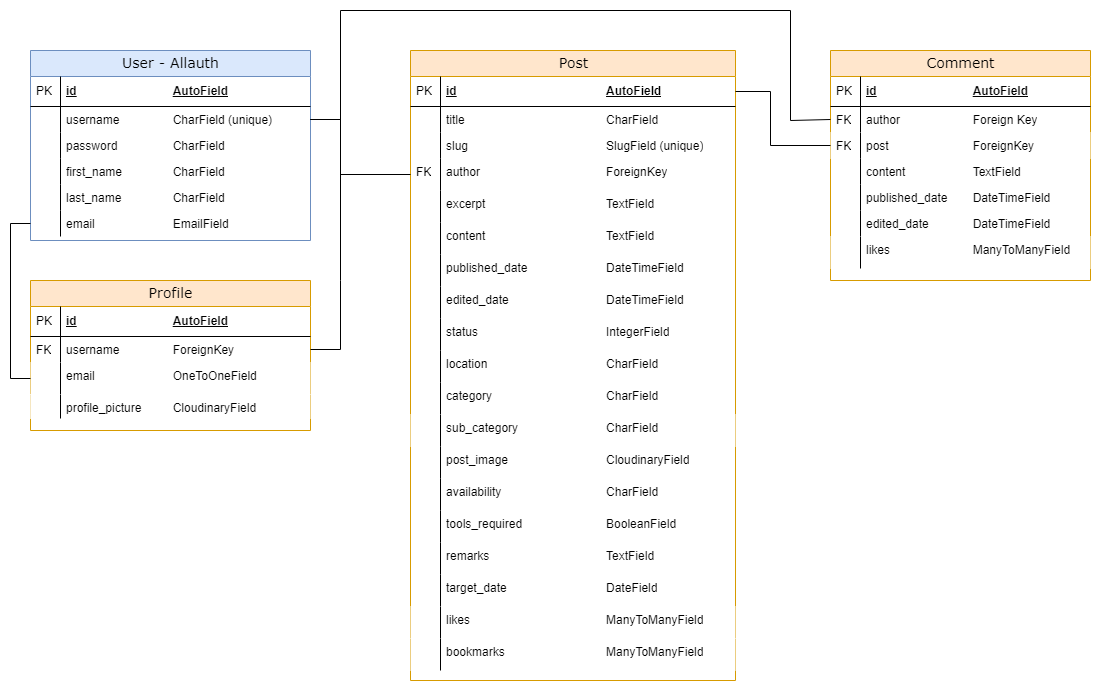
The draw.io diagram documentation/erd.png in g-omarsdottir/helping-hands-happy-hearts, before a commit. Source tidied: cells renumbered, new cells last; positions are measured from the earlier drawing's top-left corner, leaving out a move shared by most shapes.
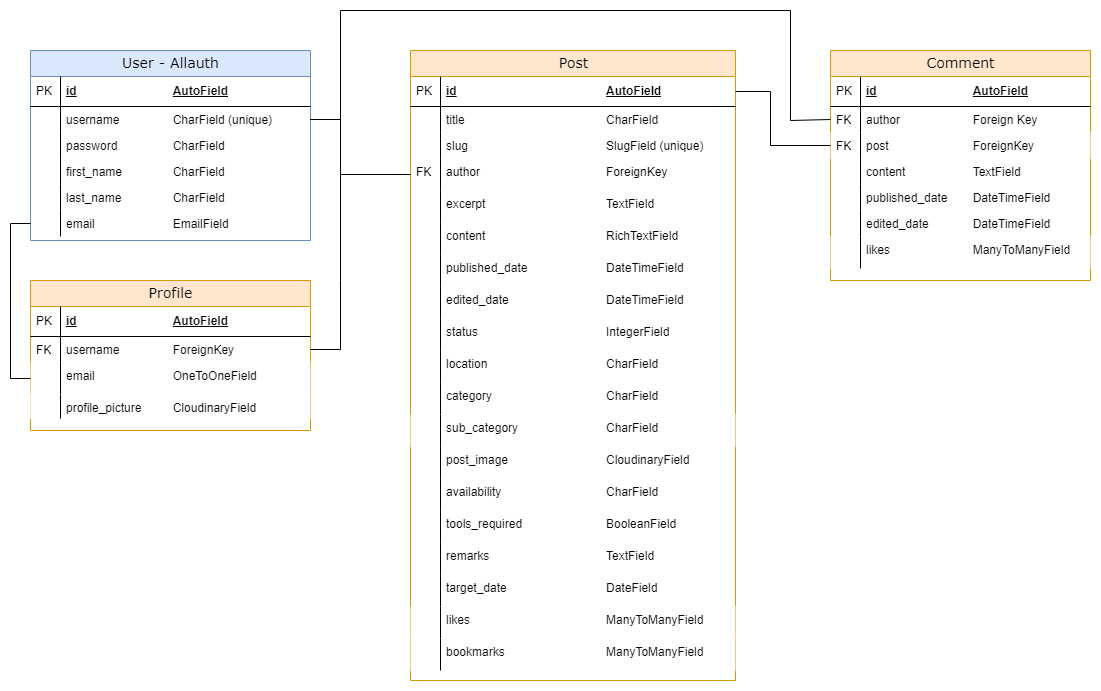
The same file after the commit.

The edit, as a diff of the source:
```diff
@@ -35,7 +35,7 @@
     <mxCell id="12" style="shape=partialRectangle;top=0;left=0;bottom=0;html=1;fillColor=none;align=left;verticalAlign=top;spacingLeft=4;spacingRight=4;whiteSpace=wrap;overflow=hidden;" parent="11" vertex="1">
       <mxGeometry width="30" height="32" as="geometry" />
     </mxCell>
-    <mxCell id="13" value="content&lt;span style=&quot;white-space: pre;&quot;&gt;&#9;&lt;/span&gt;&lt;span style=&quot;white-space: pre;&quot;&gt;&#9;&lt;/span&gt;&lt;span style=&quot;white-space: pre;&quot;&gt;&#9;&lt;/span&gt;&lt;span style=&quot;white-space: pre;&quot;&gt;&#9;&lt;/span&gt;&lt;span style=&quot;white-space: pre;&quot;&gt;&#9;&lt;/span&gt;TextField" style="shape=partialRectangle;top=0;left=0;right=0;bottom=0;html=1;align=left;verticalAlign=top;fillColor=none;spacingLeft=34;spacingRight=4;whiteSpace=wrap;overflow=hidden;" parent="2" vertex="1">
+    <mxCell id="13" value="content&lt;span style=&quot;white-space: pre;&quot;&gt;&#9;&lt;/span&gt;&lt;span style=&quot;white-space: pre;&quot;&gt;&#9;&lt;/span&gt;&lt;span style=&quot;white-space: pre;&quot;&gt;&#9;&lt;/span&gt;&lt;span style=&quot;white-space: pre;&quot;&gt;&#9;&lt;/span&gt;&lt;span style=&quot;white-space: pre;&quot;&gt;&#9;&lt;/span&gt;RichTextField" style="shape=partialRectangle;top=0;left=0;right=0;bottom=0;html=1;align=left;verticalAlign=top;fillColor=none;spacingLeft=34;spacingRight=4;whiteSpace=wrap;overflow=hidden;" parent="2" vertex="1">
       <mxGeometry y="172" width="325" height="32" as="geometry" />
     </mxCell>
     <mxCell id="14" style="shape=partialRectangle;top=0;left=0;bottom=0;html=1;fillColor=none;align=left;verticalAlign=top;spacingLeft=4;spacingRight=4;whiteSpace=wrap;overflow=hidden;" parent="13" vertex="1">
```
